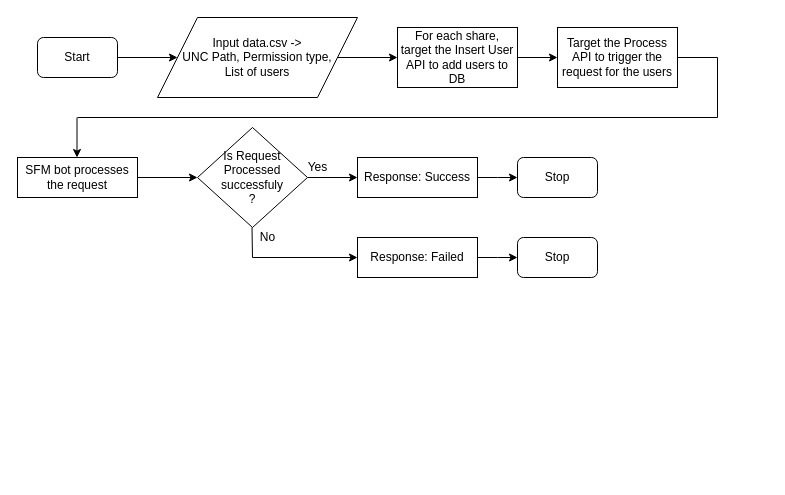
shobith-chadaga/Angular-GettingStarted keeps this draw.io diagram as Untitled Diagram.drawio. Above is the earlier version. Source tidied: cells renumbered, new cells numbered last; positions are measured from the earlier drawing's top-left corner, leaving out a move shared by most shapes. Both pictures are drawn from the tidied source at 100%, with x=0, y=0 at pixel (17, 17).
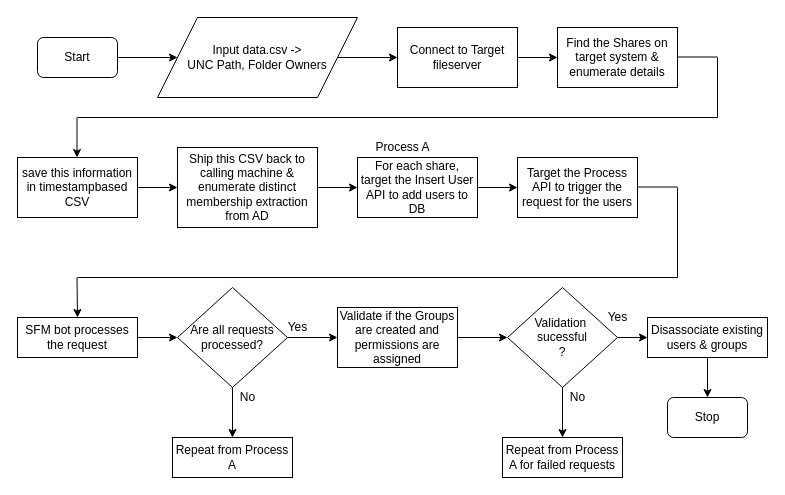
After the change.

What changed in the source:
```diff
@@
-    <mxCell id="4" style="edgeStyle=orthogonalEdgeStyle;rounded=0;jettySize=auto;html=1;" parent="1" edge="1" source="5" target="7">
-      <mxGeometry relative="1" as="geometry" />
-    </mxCell>
+    <mxCell id="27" style="edgeStyle=orthogonalEdgeStyle;rounded=0;jettySize=auto;html=1;" parent="1" edge="1" source="5" target="34">
+      <mxGeometry relative="1" as="geometry" />
+    </mxCell>
-    <mxCell id="5" value="Input data.csv -&amp;gt;&lt;br&gt;UNC Path, Permission type,&lt;br&gt;List of users" style="shape=parallelogram;perimeter=parallelogramPerimeter;whiteSpace=wrap;html=1;" parent="1" vertex="1">
+    <mxCell id="5" value="Input data.csv -&amp;gt;&lt;br&gt;UNC Path, Folder Owners" style="shape=parallelogram;perimeter=parallelogramPerimeter;whiteSpace=wrap;html=1;" parent="1" vertex="1">
       <mxGeometry x="140" width="200" height="80" as="geometry" />
     </mxCell>
@@
     <mxCell id="7" value="For each share, target the Insert User&lt;br&gt;API to add users to DB" style="rounded=0;whiteSpace=wrap;html=1;" parent="1" vertex="1">
-      <mxGeometry x="380" y="10" width="120" height="60" as="geometry" />
+      <mxGeometry x="340" y="140" width="120" height="60" as="geometry" />
     </mxCell>
     <mxCell id="8" value="Target the Process API to trigger the request for the users" style="rounded=0;whiteSpace=wrap;html=1;" parent="1" vertex="1">
-      <mxGeometry x="540" y="10" width="120" height="60" as="geometry" />
+      <mxGeometry x="500" y="140" width="120" height="60" as="geometry" />
     </mxCell>
     <mxCell id="9" style="endArrow=none;html=1;" parent="1" edge="1">
       <mxGeometry relative="1" as="geometry">
-        <mxPoint x="700" y="40" as="sourcePoint" />
-        <mxPoint x="660" y="40" as="targetPoint" />
+        <mxPoint x="700" y="39.5" as="sourcePoint" />
+        <mxPoint x="660" y="39.5" as="targetPoint" />
       </mxGeometry>
     </mxCell>
@@
+    <mxCell id="28" style="edgeStyle=orthogonalEdgeStyle;rounded=0;jettySize=auto;html=1;" parent="1" edge="1" source="13" target="16">
+      <mxGeometry relative="1" as="geometry" />
+    </mxCell>
     <mxCell id="13" value="SFM bot processes&lt;br&gt;the request" style="rounded=0;whiteSpace=wrap;html=1;" parent="1" vertex="1">
-      <mxGeometry y="140" width="120" height="40" as="geometry" />
+      <mxGeometry y="300" width="120" height="40" as="geometry" />
     </mxCell>
-    <mxCell id="14" style="endArrow=classic;html=1;" parent="1" edge="1">
-      <mxGeometry relative="1" as="geometry">
-        <mxPoint x="120" y="160" as="sourcePoint" />
-        <mxPoint x="180" y="160" as="targetPoint" />
-      </mxGeometry>
-    </mxCell>
-    <mxCell id="15" style="edgeStyle=orthogonalEdgeStyle;rounded=0;jettySize=auto;html=1;" parent="1" edge="1" source="16" target="18">
-      <mxGeometry relative="1" as="geometry" />
-    </mxCell>
+    <mxCell id="29" style="edgeStyle=orthogonalEdgeStyle;rounded=0;jettySize=auto;html=1;" parent="1" edge="1" source="16" target="32">
+      <mxGeometry relative="1" as="geometry" />
+    </mxCell>
+    <mxCell id="30" style="edgeStyle=orthogonalEdgeStyle;rounded=0;jettySize=auto;html=1;" parent="1" edge="1" source="16" target="46">
+      <mxGeometry relative="1" as="geometry" />
+    </mxCell>
-    <mxCell id="16" value="Is Request&lt;br&gt;Processed&lt;br&gt;successfuly&lt;br&gt;?" style="rhombus;whiteSpace=wrap;html=1;" parent="1" vertex="1">
-      <mxGeometry x="180" y="110" width="110" height="100" as="geometry" />
+    <mxCell id="16" value="Are all requests&lt;br&gt;processed?" style="rhombus;whiteSpace=wrap;html=1;" parent="1" vertex="1">
+      <mxGeometry x="160" y="270" width="110" height="100" as="geometry" />
     </mxCell>
-    <mxCell id="17" style="edgeStyle=orthogonalEdgeStyle;rounded=0;jettySize=auto;html=1;" parent="1" edge="1" source="18">
-      <mxGeometry relative="1" as="geometry">
-        <mxPoint x="500" y="160" as="targetPoint" />
-      </mxGeometry>
-    </mxCell>
-    <mxCell id="18" value="Response: Success" style="rounded=0;whiteSpace=wrap;html=1;" parent="1" vertex="1">
-      <mxGeometry x="340" y="140" width="120" height="40" as="geometry" />
-    </mxCell>
     <mxCell id="19" value="Yes" style="text;html=1;align=center;verticalAlign=middle;" parent="1" vertex="1">
-      <mxGeometry x="280" y="140" width="40" height="20" as="geometry" />
+      <mxGeometry x="260" y="300" width="40" height="20" as="geometry" />
     </mxCell>
-    <mxCell id="20" style="endArrow=none;html=1;" parent="1" edge="1">
-      <mxGeometry relative="1" as="geometry">
-        <mxPoint x="235" y="240" as="sourcePoint" />
-        <mxPoint x="234.5" y="210" as="targetPoint" />
-      </mxGeometry>
-    </mxCell>
-    <mxCell id="21" value="No" style="text;html=1;align=center;verticalAlign=middle;" parent="1" vertex="1">
-      <mxGeometry x="235" y="210" width="30" height="20" as="geometry" />
-    </mxCell>
-    <mxCell id="22" style="endArrow=classic;html=1;" parent="1" edge="1">
-      <mxGeometry relative="1" as="geometry">
-        <mxPoint x="235" y="240" as="sourcePoint" />
-        <mxPoint x="340" y="240" as="targetPoint" />
-      </mxGeometry>
-    </mxCell>
-    <mxCell id="23" style="edgeStyle=orthogonalEdgeStyle;rounded=0;jettySize=auto;html=1;" parent="1" edge="1" source="24">
-      <mxGeometry relative="1" as="geometry">
-        <mxPoint x="500" y="240" as="targetPoint" />
-      </mxGeometry>
-    </mxCell>
-    <mxCell id="24" value="Response: Failed" style="rounded=0;whiteSpace=wrap;html=1;" parent="1" vertex="1">
-      <mxGeometry x="340" y="220" width="120" height="40" as="geometry" />
-    </mxCell>
-    <mxCell id="25" value="Stop" style="rounded=1;whiteSpace=wrap;html=1;" parent="1" vertex="1">
-      <mxGeometry x="500" y="140" width="80" height="40" as="geometry" />
-    </mxCell>
-    <mxCell id="26" value="Stop" style="rounded=1;whiteSpace=wrap;html=1;" parent="1" vertex="1">
-      <mxGeometry x="500" y="220" width="80" height="40" as="geometry" />
-    </mxCell>
+    <mxCell id="31" style="edgeStyle=orthogonalEdgeStyle;rounded=0;jettySize=auto;html=1;" parent="1" edge="1" source="32" target="49">
+      <mxGeometry relative="1" as="geometry" />
+    </mxCell>
+    <mxCell id="32" value="Validate if the Groups are created and permissions are assigned" style="rounded=0;whiteSpace=wrap;html=1;" parent="1" vertex="1">
+      <mxGeometry x="320" y="290" width="120" height="60" as="geometry" />
+    </mxCell>
+    <mxCell id="33" style="edgeStyle=orthogonalEdgeStyle;rounded=0;jettySize=auto;html=1;" parent="1" edge="1" source="34" target="35">
+      <mxGeometry relative="1" as="geometry" />
+    </mxCell>
+    <mxCell id="34" value="Connect to Target fileserver" style="rounded=0;whiteSpace=wrap;html=1;" parent="1" vertex="1">
+      <mxGeometry x="380" y="10" width="120" height="60" as="geometry" />
+    </mxCell>
+    <mxCell id="35" value="Find the Shares on target system &amp;amp; enumerate details" style="rounded=0;whiteSpace=wrap;html=1;" parent="1" vertex="1">
+      <mxGeometry x="540" y="10" width="120" height="60" as="geometry" />
+    </mxCell>
+    <mxCell id="36" style="edgeStyle=orthogonalEdgeStyle;rounded=0;jettySize=auto;html=1;" parent="1" edge="1" source="37" target="39">
+      <mxGeometry relative="1" as="geometry" />
+    </mxCell>
+    <mxCell id="37" value="save this information in timestampbased CSV" style="rounded=0;whiteSpace=wrap;html=1;" parent="1" vertex="1">
+      <mxGeometry y="140" width="120" height="60" as="geometry" />
+    </mxCell>
+    <mxCell id="38" style="edgeStyle=orthogonalEdgeStyle;rounded=0;jettySize=auto;html=1;" parent="1" edge="1" source="39" target="7">
+      <mxGeometry relative="1" as="geometry" />
+    </mxCell>
+    <mxCell id="39" value="Ship this CSV back to calling machine &amp;amp; enumerate distinct membership extraction from AD" style="rounded=0;whiteSpace=wrap;html=1;" parent="1" vertex="1">
+      <mxGeometry x="160" y="130" width="140" height="80" as="geometry" />
+    </mxCell>
+    <mxCell id="40" style="endArrow=none;html=1;" parent="1" edge="1">
+      <mxGeometry relative="1" as="geometry">
+        <mxPoint x="660" y="169.5" as="sourcePoint" />
+        <mxPoint x="620" y="169.5" as="targetPoint" />
+      </mxGeometry>
+    </mxCell>
+    <mxCell id="41" style="endArrow=none;html=1;" parent="1" edge="1">
+      <mxGeometry relative="1" as="geometry">
+        <mxPoint x="660" y="260" as="sourcePoint" />
+        <mxPoint x="660" y="170" as="targetPoint" />
+      </mxGeometry>
+    </mxCell>
+    <mxCell id="42" style="endArrow=none;html=1;" parent="1" edge="1">
+      <mxGeometry relative="1" as="geometry">
+        <mxPoint x="60" y="260" as="sourcePoint" />
+        <mxPoint x="660" y="260" as="targetPoint" />
+      </mxGeometry>
+    </mxCell>
+    <mxCell id="43" style="endArrow=classic;html=1;" parent="1" edge="1">
+      <mxGeometry relative="1" as="geometry">
+        <mxPoint x="59.5" y="260" as="sourcePoint" />
+        <mxPoint x="60" y="300" as="targetPoint" />
+      </mxGeometry>
+    </mxCell>
+    <mxCell id="44" value="Process A" style="text;html=1;align=center;verticalAlign=middle;" parent="1" vertex="1">
+      <mxGeometry x="350" y="120" width="70" height="20" as="geometry" />
+    </mxCell>
+    <mxCell id="45" value="No" style="text;html=1;align=center;verticalAlign=middle;" parent="1" vertex="1">
+      <mxGeometry x="215" y="370" width="30" height="20" as="geometry" />
+    </mxCell>
+    <mxCell id="46" value="Repeat from Process A" style="rounded=0;whiteSpace=wrap;html=1;" parent="1" vertex="1">
+      <mxGeometry x="155" y="420" width="120" height="40" as="geometry" />
+    </mxCell>
+    <mxCell id="47" style="edgeStyle=orthogonalEdgeStyle;rounded=0;jettySize=auto;html=1;" parent="1" edge="1" source="49" target="50">
+      <mxGeometry relative="1" as="geometry" />
+    </mxCell>
+    <mxCell id="48" style="edgeStyle=orthogonalEdgeStyle;rounded=0;jettySize=auto;html=1;" parent="1" edge="1" source="49">
+      <mxGeometry relative="1" as="geometry">
+        <mxPoint x="630" y="320" as="targetPoint" />
+      </mxGeometry>
+    </mxCell>
+    <mxCell id="49" value="Validation&amp;nbsp;&lt;br&gt;sucessful&lt;br&gt;?" style="rhombus;whiteSpace=wrap;html=1;" parent="1" vertex="1">
+      <mxGeometry x="490" y="270" width="110" height="100" as="geometry" />
+    </mxCell>
+    <mxCell id="50" value="Repeat from Process A for failed requests" style="rounded=0;whiteSpace=wrap;html=1;" parent="1" vertex="1">
+      <mxGeometry x="485" y="420" width="120" height="40" as="geometry" />
+    </mxCell>
+    <mxCell id="51" value="No" style="text;html=1;align=center;verticalAlign=middle;" parent="1" vertex="1">
+      <mxGeometry x="545" y="370" width="30" height="20" as="geometry" />
+    </mxCell>
+    <mxCell id="52" style="edgeStyle=orthogonalEdgeStyle;rounded=0;jettySize=auto;html=1;" parent="1" edge="1" source="53" target="55">
+      <mxGeometry relative="1" as="geometry" />
+    </mxCell>
+    <mxCell id="53" value="Disassociate&amp;nbsp;existing users &amp;amp; groups" style="rounded=0;whiteSpace=wrap;html=1;" parent="1" vertex="1">
+      <mxGeometry x="630" y="300" width="120" height="40" as="geometry" />
+    </mxCell>
+    <mxCell id="54" value="Yes" style="text;html=1;align=center;verticalAlign=middle;" parent="1" vertex="1">
+      <mxGeometry x="580" y="290" width="40" height="20" as="geometry" />
+    </mxCell>
+    <mxCell id="55" value="Stop" style="rounded=1;whiteSpace=wrap;html=1;" parent="1" vertex="1">
+      <mxGeometry x="650" y="380" width="80" height="40" as="geometry" />
+    </mxCell>
```
